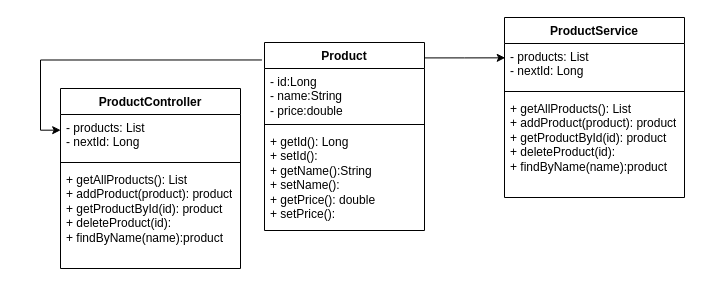
Earlier version of the draw.io diagram docs/uml/Product.drawio (SKA1117/products-api). Source tidied: cells renumbered, new cells numbered last; positions are measured from the earlier drawing's top-left corner, leaving out a move shared by most shapes. Both pictures are drawn from the tidied source at 100%, with x=0, y=0 at pixel (60, 17).
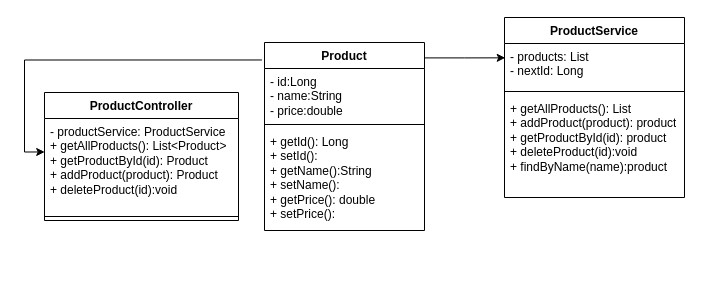
The same diagram, later.

Commit message:
Tutorial 3: ProductService with List - four CRUD endpoints working UML updated

Change to the diagram source:
```diff
@@
 <mxGraphModel>
   <root>
     <mxCell id="0" />
     <mxCell id="1" parent="0" />
     <mxCell id="2" value="Product" style="swimlane;fontStyle=1;align=center;verticalAlign=top;horizontal=1;startSize=26;whiteSpace=wrap;html=1;" parent="1" vertex="1">
       <mxGeometry x="204" y="25" width="160" height="188" as="geometry" />
     </mxCell>
     <mxCell id="3" value="- id:Long&lt;div&gt;- name:String&lt;/div&gt;&lt;div&gt;- price:double&lt;/div&gt;" style="text;strokeColor=none;fillColor=none;align=left;verticalAlign=top;spacingLeft=4;spacingRight=4;overflow=hidden;whiteSpace=wrap;html=1;" parent="2" vertex="1">
       <mxGeometry y="26" width="160" height="52" as="geometry" />
     </mxCell>
     <mxCell id="4" style="line;strokeWidth=1;fillColor=none;align=left;verticalAlign=middle;spacingTop=-1;spacingLeft=3;spacingRight=3;labelPosition=right;strokeColor=inherit;" parent="2" vertex="1">
       <mxGeometry y="78" width="160" height="8" as="geometry" />
     </mxCell>
     <mxCell id="5" value="+ getId(): Long&lt;div&gt;+ setId():&lt;br&gt;&lt;div&gt;+ getName():String&lt;div&gt;+ setName():&lt;/div&gt;&lt;div&gt;+ getPrice(): double&lt;/div&gt;&lt;/div&gt;&lt;/div&gt;&lt;div&gt;+ setPrice():&lt;/div&gt;" style="text;strokeColor=none;fillColor=none;align=left;verticalAlign=top;spacingLeft=4;spacingRight=4;overflow=hidden;whiteSpace=wrap;html=1;" parent="2" vertex="1">
       <mxGeometry y="86" width="160" height="102" as="geometry" />
     </mxCell>
     <mxCell id="6" value="ProductService" style="swimlane;fontStyle=1;align=center;verticalAlign=top;horizontal=1;startSize=26;whiteSpace=wrap;html=1;" parent="1" vertex="1">
       <mxGeometry x="444" width="180" height="180" as="geometry" />
     </mxCell>
     <mxCell id="7" value="- products: List&lt;div&gt;- nextId: Long&lt;/div&gt;" style="text;strokeColor=none;fillColor=none;align=left;verticalAlign=top;spacingLeft=4;spacingRight=4;overflow=hidden;points=[[0,0.5],[1,0.5]];portConstraint=eastwest;whiteSpace=wrap;html=1;" parent="6" vertex="1">
       <mxGeometry y="26" width="180" height="44" as="geometry" />
     </mxCell>
     <mxCell id="8" style="line;strokeWidth=1;fillColor=none;align=left;verticalAlign=middle;spacingTop=-1;spacingLeft=3;spacingRight=3;labelPosition=right;strokeColor=inherit;" parent="6" vertex="1">
       <mxGeometry y="70" width="180" height="8" as="geometry" />
     </mxCell>
-    <mxCell id="9" value="+ getAllProducts(): List&lt;div&gt;+ addProduct(product): product&lt;br&gt;&lt;div&gt;+ getProductById(id): product&lt;div&gt;+ deleteProduct(id):&lt;/div&gt;&lt;div&gt;+ findByName(name):product&lt;/div&gt;&lt;/div&gt;&lt;/div&gt;" style="text;strokeColor=none;fillColor=none;align=left;verticalAlign=top;spacingLeft=4;spacingRight=4;overflow=hidden;whiteSpace=wrap;html=1;" parent="6" vertex="1">
+    <mxCell id="9" value="+ getAllProducts(): List&lt;div&gt;+ addProduct(product): product&lt;br&gt;&lt;div&gt;+ getProductById(id): product&lt;div&gt;+ deleteProduct(id):void&lt;/div&gt;&lt;div&gt;+ findByName(name):product&lt;/div&gt;&lt;/div&gt;&lt;/div&gt;" style="text;strokeColor=none;fillColor=none;align=left;verticalAlign=top;spacingLeft=4;spacingRight=4;overflow=hidden;whiteSpace=wrap;html=1;" parent="6" vertex="1">
       <mxGeometry y="78" width="180" height="102" as="geometry" />
     </mxCell>
     <mxCell id="10" style="edgeStyle=orthogonalEdgeStyle;rounded=0;jettySize=auto;html=1;entryX=0.004;entryY=0.326;entryDx=0;entryDy=0;entryPerimeter=0;defaultLabelBackgroundColor=page;exitX=1;exitY=0.082;exitDx=0;exitDy=0;exitPerimeter=0;" parent="1" edge="1" source="2" target="7">
       <mxGeometry x="-0.06" relative="1" as="geometry" />
     </mxCell>
     <mxCell id="11" value="ProductController" style="swimlane;fontStyle=1;align=center;verticalAlign=top;horizontal=1;startSize=26;whiteSpace=wrap;html=1;" parent="1" vertex="1">
-      <mxGeometry y="71" width="180" height="180" as="geometry" />
+      <mxGeometry x="-16" y="75" width="194" height="128" as="geometry" />
     </mxCell>
-    <mxCell id="12" value="- products: List&lt;div&gt;- nextId: Long&lt;/div&gt;" style="text;strokeColor=none;fillColor=none;align=left;verticalAlign=top;spacingLeft=4;spacingRight=4;overflow=hidden;points=[[0,0.5],[1,0.5]];portConstraint=eastwest;whiteSpace=wrap;html=1;" parent="11" vertex="1">
-      <mxGeometry y="26" width="180" height="44" as="geometry" />
+    <mxCell id="12" value="- productService: ProductService&lt;div&gt;+ getAllProducts(): List&amp;lt;Product&amp;gt;&lt;/div&gt;&lt;div&gt;+ getProductById(id): Product&lt;/div&gt;&lt;div&gt;+ addProduct(product): Product&lt;/div&gt;&lt;div&gt;+ deleteProduct(id):void&lt;/div&gt;" style="text;strokeColor=none;fillColor=none;align=left;verticalAlign=top;spacingLeft=4;spacingRight=4;overflow=hidden;points=[[0,0.5],[1,0.5]];portConstraint=eastwest;whiteSpace=wrap;html=1;" parent="11" vertex="1">
+      <mxGeometry y="26" width="194" height="94" as="geometry" />
     </mxCell>
     <mxCell id="13" style="line;strokeWidth=1;fillColor=none;align=left;verticalAlign=middle;spacingTop=-1;spacingLeft=3;spacingRight=3;labelPosition=right;strokeColor=inherit;" parent="11" vertex="1">
-      <mxGeometry y="70" width="180" height="8" as="geometry" />
+      <mxGeometry y="120" width="194" height="8" as="geometry" />
     </mxCell>
-    <mxCell id="14" value="+ getAllProducts(): List&lt;div&gt;+ addProduct(product): product&lt;br&gt;&lt;div&gt;+ getProductById(id): product&lt;div&gt;+ deleteProduct(id):&lt;/div&gt;&lt;div&gt;+ findByName(name):product&lt;/div&gt;&lt;/div&gt;&lt;/div&gt;" style="text;strokeColor=none;fillColor=none;align=left;verticalAlign=top;spacingLeft=4;spacingRight=4;overflow=hidden;whiteSpace=wrap;html=1;" parent="11" vertex="1">
-      <mxGeometry y="78" width="180" height="102" as="geometry" />
-    </mxCell>
     <mxCell id="15" style="edgeStyle=orthogonalEdgeStyle;rounded=0;jettySize=auto;html=1;entryX=0.001;entryY=0.356;entryDx=0;entryDy=0;entryPerimeter=0;defaultLabelBackgroundColor=page;exitX=-0.016;exitY=0.093;exitDx=0;exitDy=0;exitPerimeter=0;" parent="1" edge="1" source="2" target="12">
       <mxGeometry x="-0.76" relative="1" as="geometry" />
     </mxCell>
   </root>
 </mxGraphModel>
```
